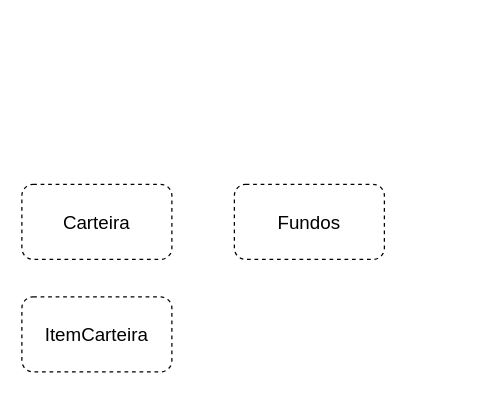
Above: Untitled Diagram.drawio in bielnick/tostao (draw.io), before the change. Source tidied: cells renumbered, new cells numbered last; positions are measured from the earlier drawing's top-left corner, leaving out a move shared by most shapes. Both pictures are drawn from the tidied source at 125%, with x=0, y=0 at pixel (21, 184).
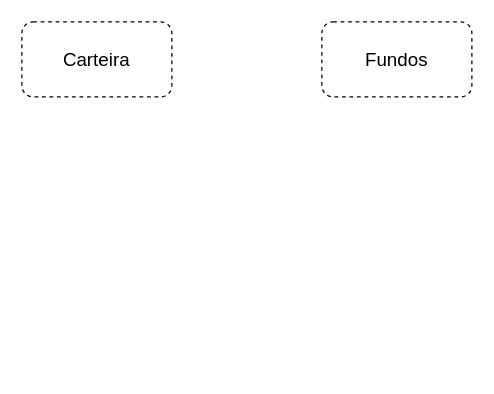
The same page after the edit.

What changed in the source:
```diff
@@
 <mxGraphModel>
   <root>
     <mxCell id="0" />
     <mxCell id="1" parent="0" />
     <mxCell id="2" value="&lt;font style=&quot;font-size: 15px&quot;&gt;Carteira&lt;/font&gt;" style="rounded=1;whiteSpace=wrap;html=1;labelBackgroundColor=none;labelBorderColor=none;dashed=1;" parent="1" vertex="1">
-      <mxGeometry width="120" height="60" as="geometry" />
+      <mxGeometry y="-130" width="120" height="60" as="geometry" />
     </mxCell>
     <mxCell id="3" value="&lt;font style=&quot;font-size: 15px&quot;&gt;Fundos&lt;/font&gt;" style="rounded=1;whiteSpace=wrap;html=1;labelBackgroundColor=none;labelBorderColor=none;dashed=1;" parent="1" vertex="1">
-      <mxGeometry x="170" width="120" height="60" as="geometry" />
+      <mxGeometry x="240" y="-130" width="120" height="60" as="geometry" />
     </mxCell>
-    <mxCell id="4" value="&lt;font style=&quot;font-size: 15px&quot;&gt;ItemCarteira&lt;/font&gt;" style="rounded=1;whiteSpace=wrap;html=1;labelBackgroundColor=none;labelBorderColor=none;dashed=1;" parent="1" vertex="1">
-      <mxGeometry y="90" width="120" height="60" as="geometry" />
-    </mxCell>
   </root>
 </mxGraphModel>
```
